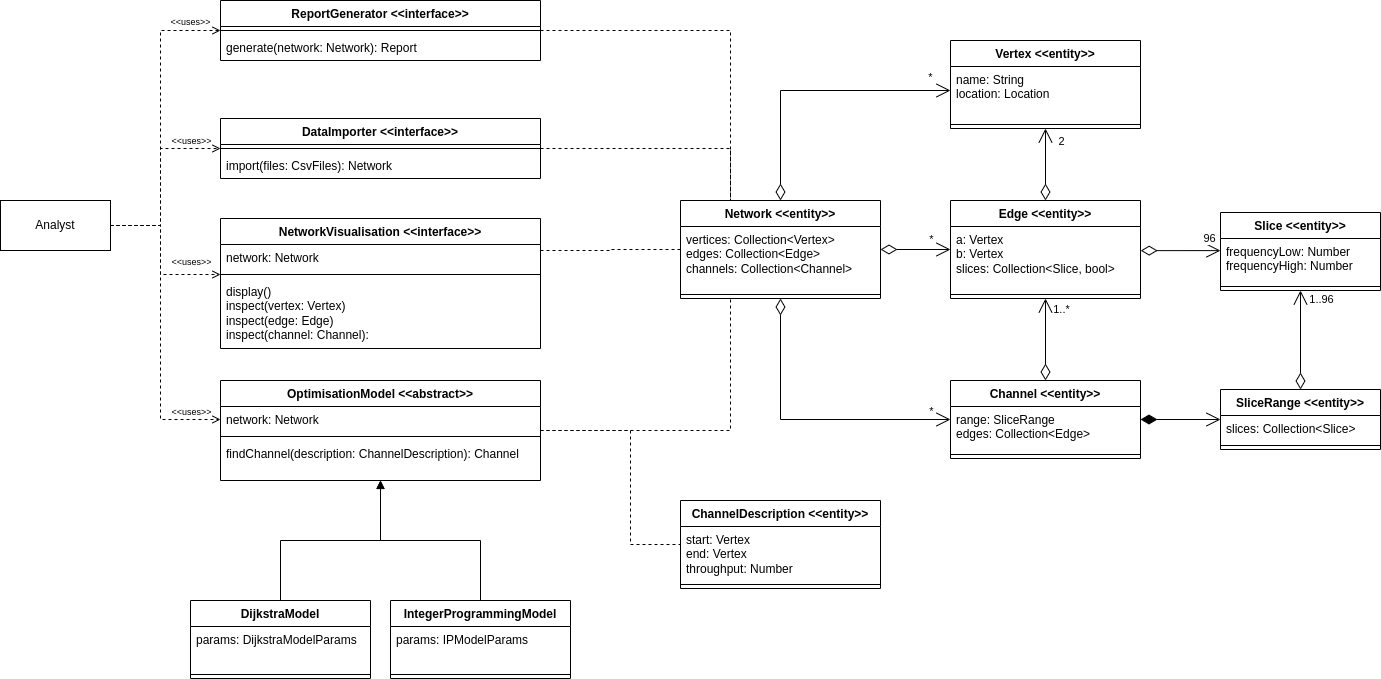
Before: docs/diagrams/logical-view.drawio.png, a diagram exported from draw.io (mGarbowski/pzsp2-projekt). Source tidied: cells renumbered, new cells last; positions are measured from the earlier drawing's top-left corner, leaving out a move shared by most shapes.
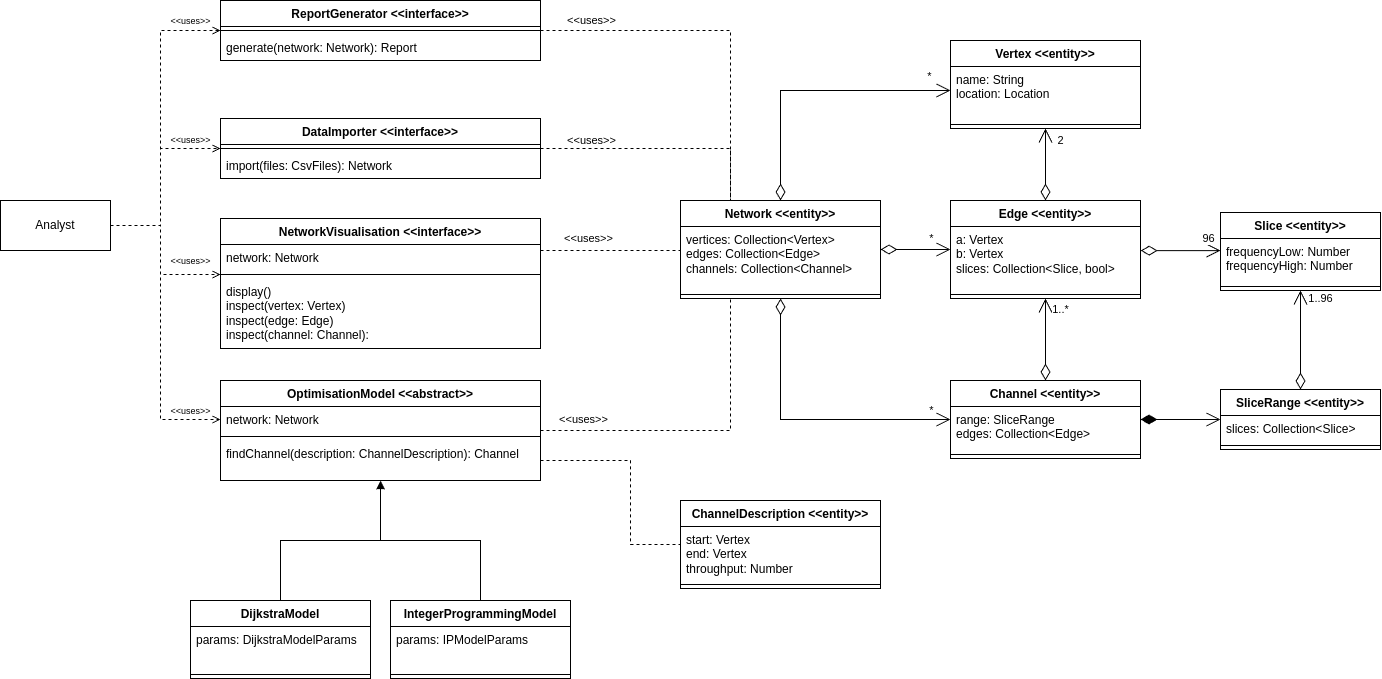
After the change.

Commit message:
update logical view diagram

Change to the diagram source:
```diff
@@ -64,6 +64,11 @@
         </Array>
       </mxGeometry>
     </mxCell>
+    <mxCell id="74" value="&amp;lt;&amp;lt;uses&amp;gt;&amp;gt;" style="edgeLabel;html=1;align=center;verticalAlign=middle;" parent="11" vertex="1">
+      <mxGeometry x="-0.72" relative="1" as="geometry">
+        <mxPoint y="-10" as="offset" />
+      </mxGeometry>
+    </mxCell>
     <mxCell id="12" value="ReportGenerator &amp;lt;&amp;lt;interface&amp;gt;&amp;gt;" style="swimlane;fontStyle=1;align=center;verticalAlign=top;horizontal=1;startSize=26;whiteSpace=wrap;html=1;" parent="1" vertex="1">
       <mxGeometry x="220" width="320" height="60" as="geometry" />
     </mxCell>
@@ -80,6 +85,11 @@
         </Array>
       </mxGeometry>
     </mxCell>
+    <mxCell id="75" value="&amp;lt;&amp;lt;uses&amp;gt;&amp;gt;" style="edgeLabel;html=1;align=center;verticalAlign=middle;" parent="15" vertex="1">
+      <mxGeometry x="-0.68" relative="1" as="geometry">
+        <mxPoint x="11" y="-8" as="offset" />
+      </mxGeometry>
+    </mxCell>
     <mxCell id="16" value="DataImporter &amp;lt;&amp;lt;interface&amp;gt;&amp;gt;" style="swimlane;fontStyle=1;align=center;verticalAlign=top;horizontal=1;startSize=26;whiteSpace=wrap;html=1;" parent="1" vertex="1">
       <mxGeometry x="220" y="118" width="320" height="60" as="geometry" />
     </mxCell>
@@ -97,6 +107,11 @@
         </Array>
       </mxGeometry>
     </mxCell>
+    <mxCell id="76" value="&amp;lt;&amp;lt;uses&amp;gt;&amp;gt;" style="edgeLabel;html=1;align=center;verticalAlign=middle;" parent="19" vertex="1">
+      <mxGeometry x="-0.32" y="1" relative="1" as="geometry">
+        <mxPoint y="-11" as="offset" />
+      </mxGeometry>
+    </mxCell>
     <mxCell id="20" value="NetworkVisualisation &amp;lt;&amp;lt;interface&amp;gt;&amp;gt;" style="swimlane;fontStyle=1;align=center;verticalAlign=top;horizontal=1;startSize=26;whiteSpace=wrap;html=1;" parent="1" vertex="1">
       <mxGeometry x="220" y="218" width="320" height="130" as="geometry" />
     </mxCell>
@@ -116,10 +131,15 @@
         </Array>
       </mxGeometry>
     </mxCell>
+    <mxCell id="77" value="&amp;lt;&amp;lt;uses&amp;gt;&amp;gt;" style="edgeLabel;html=1;align=center;verticalAlign=middle;" parent="24" vertex="1">
+      <mxGeometry x="-0.73" relative="1" as="geometry">
+        <mxPoint y="-11" as="offset" />
+      </mxGeometry>
+    </mxCell>
     <mxCell id="25" style="edgeStyle=orthogonalEdgeStyle;rounded=0;jettySize=auto;html=1;dashed=1;endArrow=none;endFill=0;" parent="1" edge="1" source="26" target="38">
       <mxGeometry relative="1" as="geometry">
         <Array as="points">
-          <mxPoint x="630" y="430" />
+          <mxPoint x="630" y="460" />
           <mxPoint x="630" y="544" />
         </Array>
       </mxGeometry>
```
